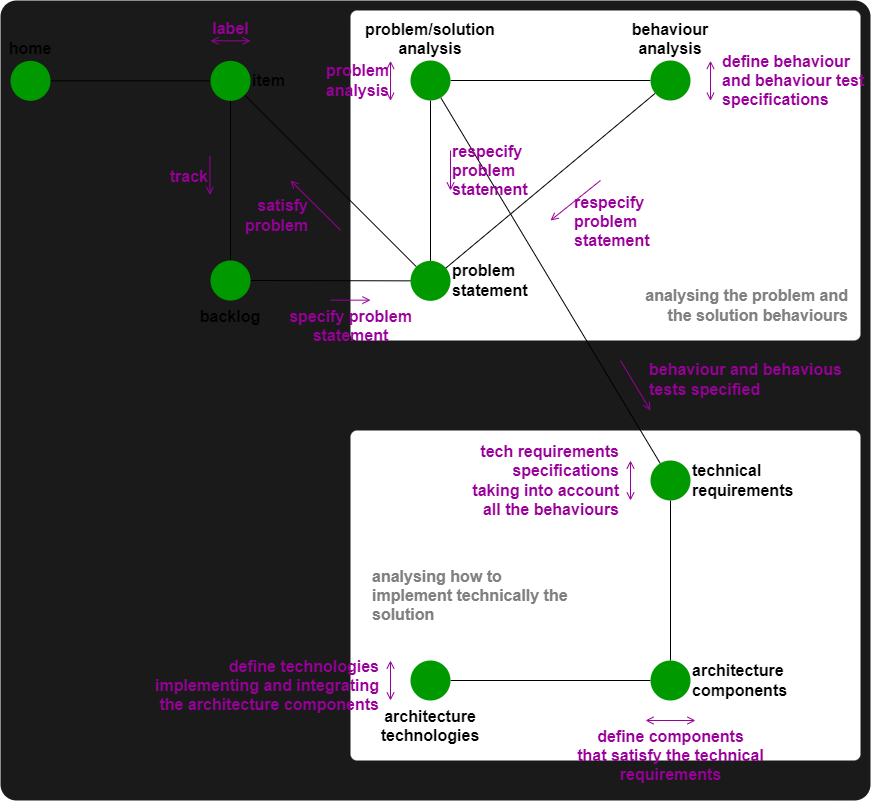
lifespline/agile keeps this draw.io diagram as docs/_images/problem-analysis-flow.png. Above is the earlier version. Source tidied: cells renumbered, new cells last; positions are measured from the earlier drawing's top-left corner, leaving out a move shared by most shapes.
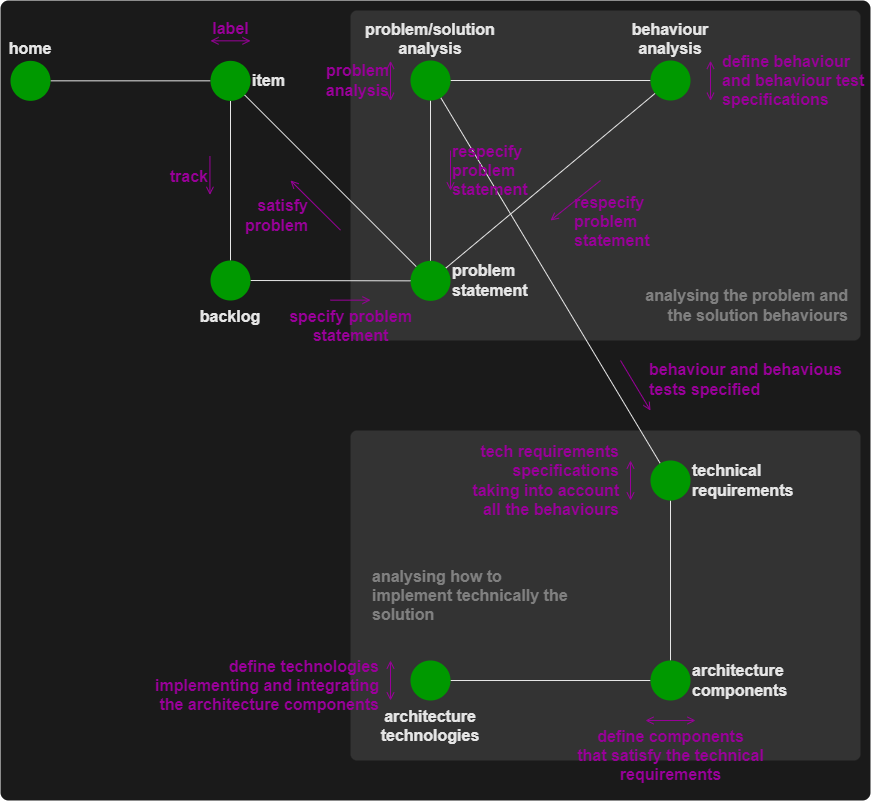
After the commit.

Commit message:
doc: add technical requirements spec

Diff of the diagram source:
```diff
@@ -2,55 +2,55 @@
   <root>
     <mxCell id="0" />
     <mxCell id="1" parent="0" />
-    <mxCell id="2" style="rounded=1;whiteSpace=wrap;html=1;fontColor=#FFFF00;fillColor=#1A1A1A;strokeColor=none;arcSize=2;fontSize=16;fontStyle=1;" parent="1" vertex="1">
+    <mxCell id="2" style="rounded=1;whiteSpace=wrap;html=1;fontColor=#FFFF00;fillColor=#1A1A1A;strokeColor=none;arcSize=1;fontSize=16;fontStyle=1;" parent="1" vertex="1">
       <mxGeometry width="870" height="800" as="geometry" />
     </mxCell>
-    <mxCell id="3" style="rounded=1;whiteSpace=wrap;html=1;fontColor=#FFFF00;fillColor=default;strokeColor=none;arcSize=2;fontSize=16;fontStyle=1;" parent="1" vertex="1">
+    <mxCell id="3" style="rounded=1;whiteSpace=wrap;html=1;fontColor=#FFFF00;fillColor=#333333;strokeColor=none;arcSize=2;fontSize=16;fontStyle=1;" parent="1" vertex="1">
       <mxGeometry x="350" y="430" width="510" height="330" as="geometry" />
     </mxCell>
-    <mxCell id="4" style="rounded=1;whiteSpace=wrap;html=1;fontColor=#FFFF00;fillColor=default;strokeColor=none;arcSize=2;fontSize=16;fontStyle=1;" parent="1" vertex="1">
+    <mxCell id="4" style="rounded=1;whiteSpace=wrap;html=1;fontColor=#FFFF00;fillColor=#333333;strokeColor=none;arcSize=2;fontSize=16;fontStyle=1;" parent="1" vertex="1">
       <mxGeometry x="350" y="10" width="510" height="330" as="geometry" />
     </mxCell>
-    <mxCell id="5" style="edgeStyle=none;html=1;endArrow=none;endFill=0;fontStyle=1;fontSize=16;" parent="1" edge="1" source="6" target="8">
+    <mxCell id="5" style="edgeStyle=none;html=1;endArrow=none;endFill=0;fontStyle=1;fontSize=16;strokeColor=#E6E6E6;" parent="1" edge="1" source="6" target="8">
       <mxGeometry relative="1" as="geometry" />
     </mxCell>
-    <mxCell id="6" value="&lt;span style=&quot;font-size: 16px;&quot;&gt;home&lt;/span&gt;" style="ellipse;whiteSpace=wrap;html=1;strokeColor=none;fillColor=#009900;verticalAlign=bottom;labelPosition=center;verticalLabelPosition=top;align=center;fontSize=16;fontStyle=1;" parent="1" vertex="1">
+    <mxCell id="6" value="&lt;span style=&quot;font-size: 16px;&quot;&gt;home&lt;/span&gt;" style="ellipse;whiteSpace=wrap;html=1;strokeColor=none;fillColor=#009900;verticalAlign=bottom;labelPosition=center;verticalLabelPosition=top;align=center;fontSize=16;fontStyle=1;fontColor=#E6E6E6;" parent="1" vertex="1">
       <mxGeometry x="10" y="60.3" width="40" height="40" as="geometry" />
     </mxCell>
-    <mxCell id="7" style="edgeStyle=none;html=1;endArrow=none;endFill=0;fontStyle=1;fontSize=16;" parent="1" edge="1" source="8" target="29">
+    <mxCell id="7" style="edgeStyle=none;html=1;endArrow=none;endFill=0;fontStyle=1;fontSize=16;strokeColor=#E6E6E6;" parent="1" edge="1" source="8" target="29">
       <mxGeometry relative="1" as="geometry" />
     </mxCell>
-    <mxCell id="8" value="&lt;span style=&quot;font-size: 16px;&quot;&gt;item&lt;/span&gt;" style="ellipse;whiteSpace=wrap;html=1;strokeColor=none;fillColor=#009900;verticalAlign=middle;labelPosition=right;verticalLabelPosition=middle;align=left;fontSize=16;fontStyle=1;" parent="1" vertex="1">
+    <mxCell id="8" value="&lt;span style=&quot;font-size: 16px;&quot;&gt;item&lt;/span&gt;" style="ellipse;whiteSpace=wrap;html=1;strokeColor=none;fillColor=#009900;verticalAlign=middle;labelPosition=right;verticalLabelPosition=middle;align=left;fontSize=16;fontStyle=1;fontColor=#E6E6E6;" parent="1" vertex="1">
       <mxGeometry x="210" y="60.3" width="40" height="40" as="geometry" />
     </mxCell>
-    <mxCell id="9" style="edgeStyle=none;html=1;endArrow=none;endFill=0;fontStyle=1;fontSize=16;" parent="1" edge="1" source="12" target="14">
+    <mxCell id="9" style="edgeStyle=none;html=1;endArrow=none;endFill=0;fontStyle=1;fontSize=16;strokeColor=#E6E6E6;" parent="1" edge="1" source="12" target="14">
       <mxGeometry relative="1" as="geometry" />
     </mxCell>
-    <mxCell id="10" style="edgeStyle=none;html=1;endArrow=none;endFill=0;fontStyle=1;fontSize=16;" parent="1" edge="1" source="14" target="18">
+    <mxCell id="10" style="edgeStyle=none;html=1;endArrow=none;endFill=0;fontStyle=1;fontSize=16;strokeColor=#E6E6E6;" parent="1" edge="1" source="14" target="18">
       <mxGeometry relative="1" as="geometry" />
     </mxCell>
-    <mxCell id="11" style="edgeStyle=none;html=1;startArrow=none;startFill=0;endArrow=none;endFill=0;fontSize=16;fontStyle=1;" parent="1" edge="1" source="12" target="8">
+    <mxCell id="11" style="edgeStyle=none;html=1;startArrow=none;startFill=0;endArrow=none;endFill=0;fontSize=16;fontStyle=1;strokeColor=#E6E6E6;" parent="1" edge="1" source="12" target="8">
       <mxGeometry relative="1" as="geometry" />
     </mxCell>
-    <mxCell id="12" value="&lt;span style=&quot;font-size: 16px;&quot;&gt;problem&lt;br style=&quot;font-size: 16px;&quot;&gt;statement&lt;br style=&quot;font-size: 16px;&quot;&gt;&lt;/span&gt;" style="ellipse;whiteSpace=wrap;html=1;strokeColor=none;fillColor=#009900;verticalAlign=middle;labelPosition=right;verticalLabelPosition=middle;align=left;fontSize=16;fontStyle=1;" parent="1" vertex="1">
+    <mxCell id="12" value="&lt;span style=&quot;font-size: 16px;&quot;&gt;problem&lt;br style=&quot;font-size: 16px;&quot;&gt;statement&lt;br style=&quot;font-size: 16px;&quot;&gt;&lt;/span&gt;" style="ellipse;whiteSpace=wrap;html=1;strokeColor=none;fillColor=#009900;verticalAlign=middle;labelPosition=right;verticalLabelPosition=middle;align=left;fontSize=16;fontStyle=1;fontColor=#E6E6E6;" parent="1" vertex="1">
       <mxGeometry x="410" y="260.4" width="40" height="40" as="geometry" />
     </mxCell>
-    <mxCell id="13" style="edgeStyle=none;html=1;endArrow=none;endFill=0;fontStyle=1;fontSize=16;" parent="1" edge="1" source="14" target="16">
+    <mxCell id="13" style="edgeStyle=none;html=1;endArrow=none;endFill=0;fontStyle=1;fontSize=16;strokeColor=#E6E6E6;" parent="1" edge="1" source="14" target="16">
       <mxGeometry relative="1" as="geometry" />
     </mxCell>
-    <mxCell id="14" value="&lt;span style=&quot;font-size: 16px;&quot;&gt;problem/solution&lt;br style=&quot;font-size: 16px;&quot;&gt;analysis&lt;br style=&quot;font-size: 16px;&quot;&gt;&lt;/span&gt;" style="ellipse;whiteSpace=wrap;html=1;strokeColor=none;fillColor=#009900;verticalAlign=bottom;labelPosition=center;verticalLabelPosition=top;align=center;fontSize=16;fontStyle=1;" parent="1" vertex="1">
+    <mxCell id="14" value="&lt;span style=&quot;font-size: 16px;&quot;&gt;problem/solution&lt;br style=&quot;font-size: 16px;&quot;&gt;analysis&lt;br style=&quot;font-size: 16px;&quot;&gt;&lt;/span&gt;" style="ellipse;whiteSpace=wrap;html=1;strokeColor=none;fillColor=#009900;verticalAlign=bottom;labelPosition=center;verticalLabelPosition=top;align=center;fontSize=16;fontStyle=1;fontColor=#E6E6E6;" parent="1" vertex="1">
       <mxGeometry x="410" y="60" width="40" height="40" as="geometry" />
     </mxCell>
-    <mxCell id="15" style="edgeStyle=none;html=1;endArrow=none;endFill=0;fontStyle=1;fontSize=16;" parent="1" edge="1" source="16" target="12">
+    <mxCell id="15" style="edgeStyle=none;html=1;endArrow=none;endFill=0;fontStyle=1;fontSize=16;strokeColor=#E6E6E6;" parent="1" edge="1" source="16" target="12">
       <mxGeometry relative="1" as="geometry" />
     </mxCell>
-    <mxCell id="16" value="&lt;span style=&quot;font-size: 16px;&quot;&gt;behaviour&lt;br style=&quot;font-size: 16px;&quot;&gt;analysis&lt;br style=&quot;font-size: 16px;&quot;&gt;&lt;/span&gt;" style="ellipse;whiteSpace=wrap;html=1;strokeColor=none;fillColor=#009900;verticalAlign=bottom;labelPosition=center;verticalLabelPosition=top;align=center;fontSize=16;fontStyle=1;" parent="1" vertex="1">
+    <mxCell id="16" value="&lt;span style=&quot;font-size: 16px;&quot;&gt;behaviour&lt;br style=&quot;font-size: 16px;&quot;&gt;analysis&lt;br style=&quot;font-size: 16px;&quot;&gt;&lt;/span&gt;" style="ellipse;whiteSpace=wrap;html=1;strokeColor=none;fillColor=#009900;verticalAlign=bottom;labelPosition=center;verticalLabelPosition=top;align=center;fontSize=16;fontStyle=1;fontColor=#E6E6E6;" parent="1" vertex="1">
       <mxGeometry x="650" y="60" width="40" height="40" as="geometry" />
     </mxCell>
-    <mxCell id="17" style="edgeStyle=none;html=1;endArrow=none;endFill=0;" parent="1" edge="1" source="18" target="33">
+    <mxCell id="17" style="edgeStyle=none;html=1;endArrow=none;endFill=0;strokeColor=#E6E6E6;" parent="1" edge="1" source="18" target="33">
       <mxGeometry relative="1" as="geometry" />
     </mxCell>
-    <mxCell id="18" value="&lt;span style=&quot;font-size: 16px&quot;&gt;technical requirements&lt;br style=&quot;font-size: 16px&quot;&gt;&lt;/span&gt;" style="ellipse;whiteSpace=wrap;html=1;strokeColor=none;fillColor=#009900;verticalAlign=middle;labelPosition=right;verticalLabelPosition=middle;align=left;fontSize=16;fontStyle=1;" parent="1" vertex="1">
+    <mxCell id="18" value="&lt;span style=&quot;font-size: 16px&quot;&gt;technical requirements&lt;br style=&quot;font-size: 16px&quot;&gt;&lt;/span&gt;" style="ellipse;whiteSpace=wrap;html=1;strokeColor=none;fillColor=#009900;verticalAlign=middle;labelPosition=right;verticalLabelPosition=middle;align=left;fontSize=16;fontStyle=1;fontColor=#E6E6E6;" parent="1" vertex="1">
       <mxGeometry x="650" y="460" width="40" height="40" as="geometry" />
     </mxCell>
     <mxCell id="19" value="label" style="endArrow=open;html=1;endFill=0;verticalAlign=bottom;labelBackgroundColor=none;fontColor=#990099;strokeColor=#990099;startArrow=open;startFill=0;fontStyle=1;labelPosition=center;verticalLabelPosition=top;align=center;fontSize=16;" parent="1" edge="1">
@@ -104,10 +104,10 @@
         <mxPoint x="620" y="360" as="targetPoint" />
       </mxGeometry>
     </mxCell>
-    <mxCell id="28" style="edgeStyle=none;html=1;endArrow=none;endFill=0;fontSize=16;fontStyle=1;" parent="1" edge="1" source="29" target="12">
+    <mxCell id="28" style="edgeStyle=none;html=1;endArrow=none;endFill=0;fontSize=16;fontStyle=1;strokeColor=#E6E6E6;" parent="1" edge="1" source="29" target="12">
       <mxGeometry relative="1" as="geometry" />
     </mxCell>
-    <mxCell id="29" value="&lt;span style=&quot;font-size: 16px;&quot;&gt;backlog&lt;/span&gt;" style="ellipse;whiteSpace=wrap;html=1;strokeColor=none;fillColor=#009900;verticalAlign=top;labelPosition=center;verticalLabelPosition=bottom;align=center;fontSize=16;fontStyle=1;" parent="1" vertex="1">
+    <mxCell id="29" value="&lt;span style=&quot;font-size: 16px;&quot;&gt;backlog&lt;/span&gt;" style="ellipse;whiteSpace=wrap;html=1;strokeColor=none;fillColor=#009900;verticalAlign=top;labelPosition=center;verticalLabelPosition=bottom;align=center;fontSize=16;fontStyle=1;fontColor=#E6E6E6;" parent="1" vertex="1">
       <mxGeometry x="210" y="260" width="40" height="40" as="geometry" />
     </mxCell>
     <mxCell id="30" value="satisfy&lt;br style=&quot;font-size: 16px;&quot;&gt;problem" style="endArrow=none;html=1;endFill=0;verticalAlign=middle;labelBackgroundColor=none;fontColor=#990099;strokeColor=#990099;labelPosition=left;verticalLabelPosition=middle;align=right;startArrow=open;startFill=0;fontStyle=1;fontSize=16;" parent="1" edge="1">
@@ -122,10 +122,10 @@
         <mxPoint x="630" y="500" as="targetPoint" />
       </mxGeometry>
     </mxCell>
-    <mxCell id="32" style="edgeStyle=none;html=1;endArrow=none;endFill=0;" parent="1" edge="1" source="33" target="35">
+    <mxCell id="32" style="edgeStyle=none;html=1;endArrow=none;endFill=0;strokeColor=#E6E6E6;" parent="1" edge="1" source="33" target="35">
       <mxGeometry relative="1" as="geometry" />
     </mxCell>
-    <mxCell id="33" value="&lt;span style=&quot;font-size: 16px&quot;&gt;architecture&lt;br&gt;components&lt;br style=&quot;font-size: 16px&quot;&gt;&lt;/span&gt;" style="ellipse;whiteSpace=wrap;html=1;strokeColor=none;fillColor=#009900;verticalAlign=middle;labelPosition=right;verticalLabelPosition=middle;align=left;fontSize=16;fontStyle=1;" parent="1" vertex="1">
+    <mxCell id="33" value="&lt;span style=&quot;font-size: 16px&quot;&gt;architecture&lt;br&gt;components&lt;br style=&quot;font-size: 16px&quot;&gt;&lt;/span&gt;" style="ellipse;whiteSpace=wrap;html=1;strokeColor=none;fillColor=#009900;verticalAlign=middle;labelPosition=right;verticalLabelPosition=middle;align=left;fontSize=16;fontStyle=1;fontColor=#E6E6E6;" parent="1" vertex="1">
       <mxGeometry x="650" y="660" width="40" height="40" as="geometry" />
     </mxCell>
     <mxCell id="34" value="define components&lt;br&gt;that satisfy the technical&lt;br&gt;requirements" style="endArrow=open;html=1;endFill=0;verticalAlign=top;labelBackgroundColor=none;fontColor=#990099;strokeColor=#990099;fontStyle=1;labelPosition=left;verticalLabelPosition=middle;align=center;startArrow=open;startFill=0;fontSize=16;" parent="1" edge="1">
@@ -134,7 +134,7 @@
         <mxPoint x="645" y="720" as="targetPoint" />
       </mxGeometry>
     </mxCell>
-    <mxCell id="35" value="&lt;span style=&quot;font-size: 16px&quot;&gt;architecture&lt;br&gt;technologies&lt;br style=&quot;font-size: 16px&quot;&gt;&lt;/span&gt;" style="ellipse;whiteSpace=wrap;html=1;strokeColor=none;fillColor=#009900;verticalAlign=top;labelPosition=center;verticalLabelPosition=bottom;align=center;fontSize=16;fontStyle=1;" parent="1" vertex="1">
+    <mxCell id="35" value="&lt;span style=&quot;font-size: 16px&quot;&gt;architecture&lt;br&gt;technologies&lt;br style=&quot;font-size: 16px&quot;&gt;&lt;/span&gt;" style="ellipse;whiteSpace=wrap;html=1;strokeColor=none;fillColor=#009900;verticalAlign=top;labelPosition=center;verticalLabelPosition=bottom;align=center;fontSize=16;fontStyle=1;fontColor=#E6E6E6;" parent="1" vertex="1">
       <mxGeometry x="410" y="660" width="40" height="40" as="geometry" />
     </mxCell>
     <mxCell id="36" value="define technologies&lt;br&gt;implementing and integrating&lt;br&gt;the architecture components" style="endArrow=open;html=1;endFill=0;verticalAlign=middle;labelBackgroundColor=none;fontColor=#990099;strokeColor=#990099;fontStyle=1;labelPosition=left;verticalLabelPosition=middle;align=right;startArrow=open;startFill=0;fontSize=16;" parent="1" edge="1">
```
